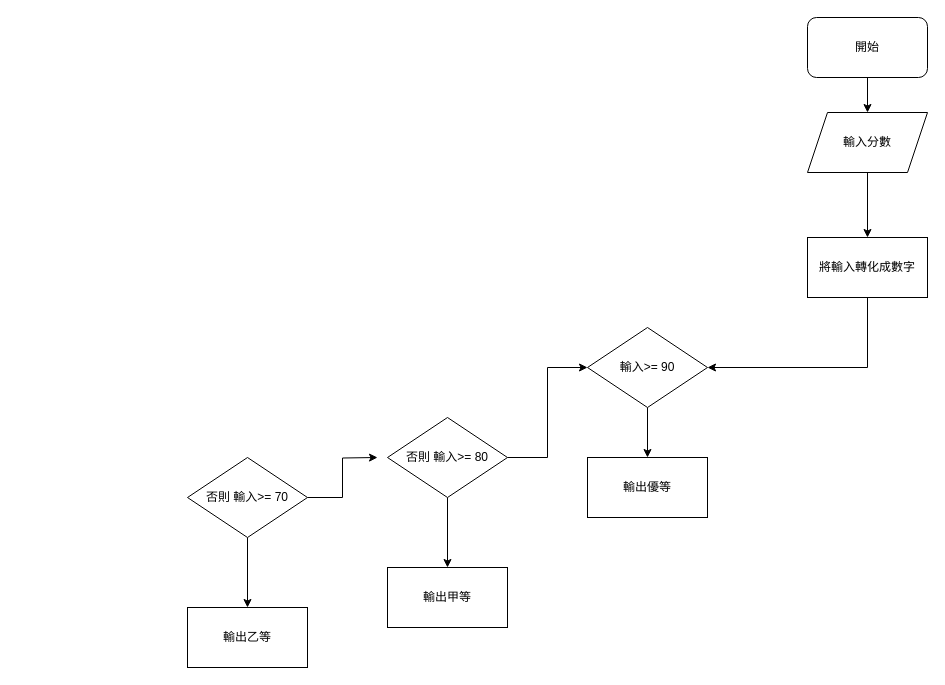
Earlier version of the draw.io diagram 未命名绘图.drawio (acoolg/homeword). Source tidied: cells renumbered, new cells numbered last; positions are measured from the earlier drawing's top-left corner, leaving out a move shared by most shapes. Both pictures are drawn from the tidied source at 100%, with x=0, y=0 at pixel (187, 17).
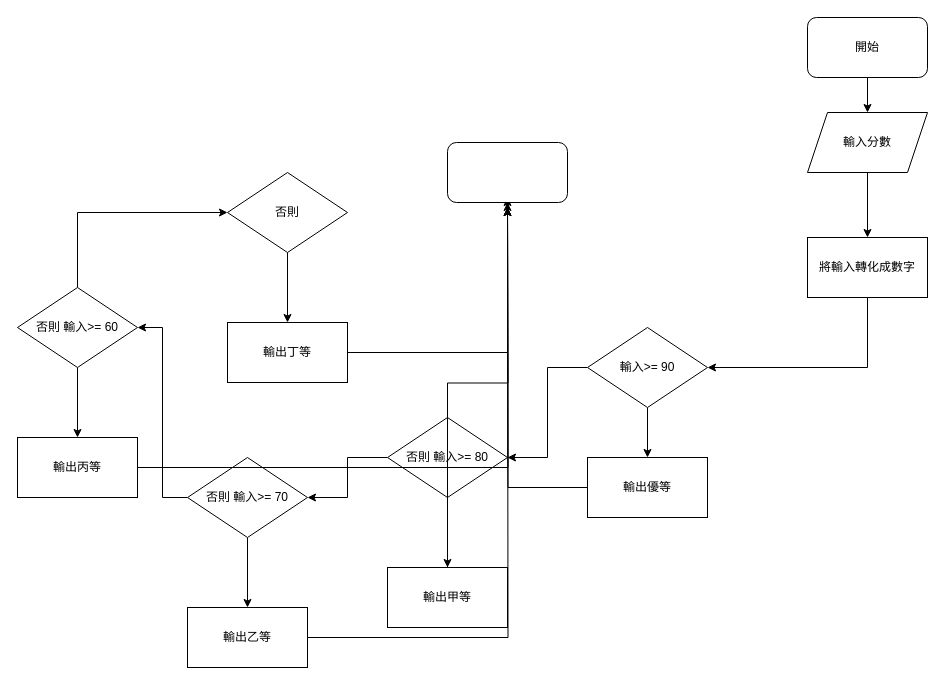
The same page after the edit.

The change refers to these unchanged cells:
```xml
<mxCell id="5" value="輸入&amp;gt;= 90" style="rhombus;whiteSpace=wrap;html=1;" parent="1" vertex="1">
  <mxGeometry x="400" y="310" width="120" height="80" as="geometry" />
</mxCell>
<mxCell id="10" value="輸出優等" style="rounded=0;whiteSpace=wrap;html=1;" parent="1" vertex="1">
  <mxGeometry x="400" y="440" width="120" height="60" as="geometry" />
</mxCell>
<mxCell id="13" value="否則 輸入&amp;gt;= 80" style="rhombus;whiteSpace=wrap;html=1;" parent="1" vertex="1">
  <mxGeometry x="200" y="400" width="120" height="80" as="geometry" />
</mxCell>
<mxCell id="14" value="輸出甲等" style="rounded=0;whiteSpace=wrap;html=1;" parent="1" vertex="1">
  <mxGeometry x="200" y="550" width="120" height="60" as="geometry" />
</mxCell>
<mxCell id="17" value="否則 輸入&amp;gt;= 70" style="rhombus;whiteSpace=wrap;html=1;" parent="1" vertex="1">
  <mxGeometry y="440" width="120" height="80" as="geometry" />
</mxCell>
<mxCell id="18" value="輸出乙等" style="rounded=0;whiteSpace=wrap;html=1;" parent="1" vertex="1">
  <mxGeometry y="590" width="120" height="60" as="geometry" />
</mxCell>
```

What changed in the source:
```diff
@@
+    <mxCell id="19" style="edgeStyle=orthogonalEdgeStyle;rounded=0;jettySize=auto;html=1;exitX=0;exitY=0.5;exitDx=0;exitDy=0;entryX=1;entryY=0.5;entryDx=0;entryDy=0;" parent="1" edge="1" source="5" target="13">
+      <mxGeometry relative="1" as="geometry" />
+    </mxCell>
@@
+    <mxCell id="20" style="edgeStyle=orthogonalEdgeStyle;rounded=0;jettySize=auto;html=1;" parent="1" edge="1" source="10">
+      <mxGeometry relative="1" as="geometry">
+        <mxPoint x="320" y="190" as="targetPoint" />
+      </mxGeometry>
+    </mxCell>
@@
-    <mxCell id="12" style="edgeStyle=orthogonalEdgeStyle;rounded=0;jettySize=auto;html=1;entryX=0;entryY=0.5;entryDx=0;entryDy=0;" parent="1" edge="1" source="13" target="5">
-      <mxGeometry relative="1" as="geometry" />
-    </mxCell>
+    <mxCell id="21" style="edgeStyle=orthogonalEdgeStyle;rounded=0;jettySize=auto;html=1;exitX=0;exitY=0.5;exitDx=0;exitDy=0;entryX=1;entryY=0.5;entryDx=0;entryDy=0;" parent="1" edge="1" source="13" target="17">
+      <mxGeometry relative="1" as="geometry" />
+    </mxCell>
@@
+    <mxCell id="22" style="edgeStyle=orthogonalEdgeStyle;rounded=0;jettySize=auto;html=1;" parent="1" edge="1" source="14">
+      <mxGeometry relative="1" as="geometry">
+        <mxPoint x="320" y="180" as="targetPoint" />
+      </mxGeometry>
+    </mxCell>
@@
-    <mxCell id="16" style="edgeStyle=orthogonalEdgeStyle;rounded=0;jettySize=auto;html=1;" parent="1" edge="1" source="17">
-      <mxGeometry relative="1" as="geometry">
-        <mxPoint x="190" y="440" as="targetPoint" />
-      </mxGeometry>
-    </mxCell>
+    <mxCell id="23" style="edgeStyle=orthogonalEdgeStyle;rounded=0;jettySize=auto;html=1;exitX=0;exitY=0.5;exitDx=0;exitDy=0;entryX=1;entryY=0.5;entryDx=0;entryDy=0;" parent="1" edge="1" source="17" target="27">
+      <mxGeometry relative="1" as="geometry" />
+    </mxCell>
@@
+    <mxCell id="24" style="edgeStyle=orthogonalEdgeStyle;rounded=0;jettySize=auto;html=1;" parent="1" edge="1" source="18">
+      <mxGeometry relative="1" as="geometry">
+        <mxPoint x="320" y="190" as="targetPoint" />
+      </mxGeometry>
+    </mxCell>
@@
+    <mxCell id="25" style="edgeStyle=orthogonalEdgeStyle;rounded=0;jettySize=auto;html=1;" parent="1" edge="1" source="27" target="29">
+      <mxGeometry relative="1" as="geometry" />
+    </mxCell>
+    <mxCell id="26" style="edgeStyle=orthogonalEdgeStyle;rounded=0;jettySize=auto;html=1;exitX=0.5;exitY=0;exitDx=0;exitDy=0;entryX=0;entryY=0.5;entryDx=0;entryDy=0;" parent="1" edge="1" source="27" target="31">
+      <mxGeometry relative="1" as="geometry" />
+    </mxCell>
+    <mxCell id="27" value="否則 輸入&amp;gt;= 60" style="rhombus;whiteSpace=wrap;html=1;" parent="1" vertex="1">
+      <mxGeometry x="-170" y="270" width="120" height="80" as="geometry" />
+    </mxCell>
+    <mxCell id="28" style="edgeStyle=orthogonalEdgeStyle;rounded=0;jettySize=auto;html=1;" parent="1" edge="1" source="29">
+      <mxGeometry relative="1" as="geometry">
+        <mxPoint x="320" y="190" as="targetPoint" />
+      </mxGeometry>
+    </mxCell>
+    <mxCell id="29" value="輸出丙等" style="rounded=0;whiteSpace=wrap;html=1;" parent="1" vertex="1">
+      <mxGeometry x="-170" y="420" width="120" height="60" as="geometry" />
+    </mxCell>
+    <mxCell id="30" style="edgeStyle=orthogonalEdgeStyle;rounded=0;jettySize=auto;html=1;" parent="1" edge="1" source="31" target="33">
+      <mxGeometry relative="1" as="geometry" />
+    </mxCell>
+    <mxCell id="31" value="否則" style="rhombus;whiteSpace=wrap;html=1;" parent="1" vertex="1">
+      <mxGeometry x="40" y="155" width="120" height="80" as="geometry" />
+    </mxCell>
+    <mxCell id="32" style="edgeStyle=orthogonalEdgeStyle;rounded=0;jettySize=auto;html=1;entryX=0.5;entryY=1;entryDx=0;entryDy=0;" parent="1" edge="1" source="33" target="34">
+      <mxGeometry relative="1" as="geometry" />
+    </mxCell>
+    <mxCell id="33" value="輸出丁等" style="rounded=0;whiteSpace=wrap;html=1;" parent="1" vertex="1">
+      <mxGeometry x="40" y="305" width="120" height="60" as="geometry" />
+    </mxCell>
+    <mxCell id="34" style="rounded=1;whiteSpace=wrap;html=1;" parent="1" vertex="1">
+      <mxGeometry x="260" y="125" width="120" height="60" as="geometry" />
+    </mxCell>
```
